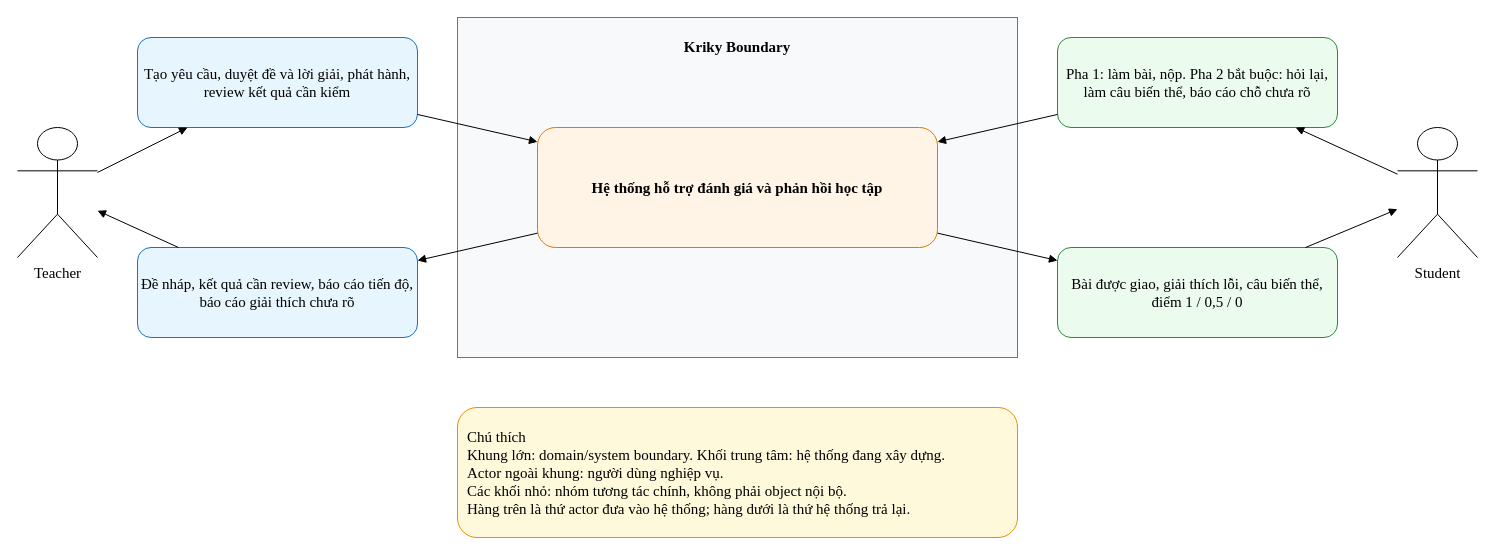
Earlier version of the draw.io diagram docs/diagrams/domain-context.drawio (biabeogo147/AI-Assessment-and-Feedback-Assistant). Source tidied: cells renumbered, new cells numbered last; positions are measured from the earlier drawing's top-left corner, leaving out a move shared by most shapes. Both pictures are drawn from the tidied source at 100%, with x=0, y=0 at pixel (17, 17).
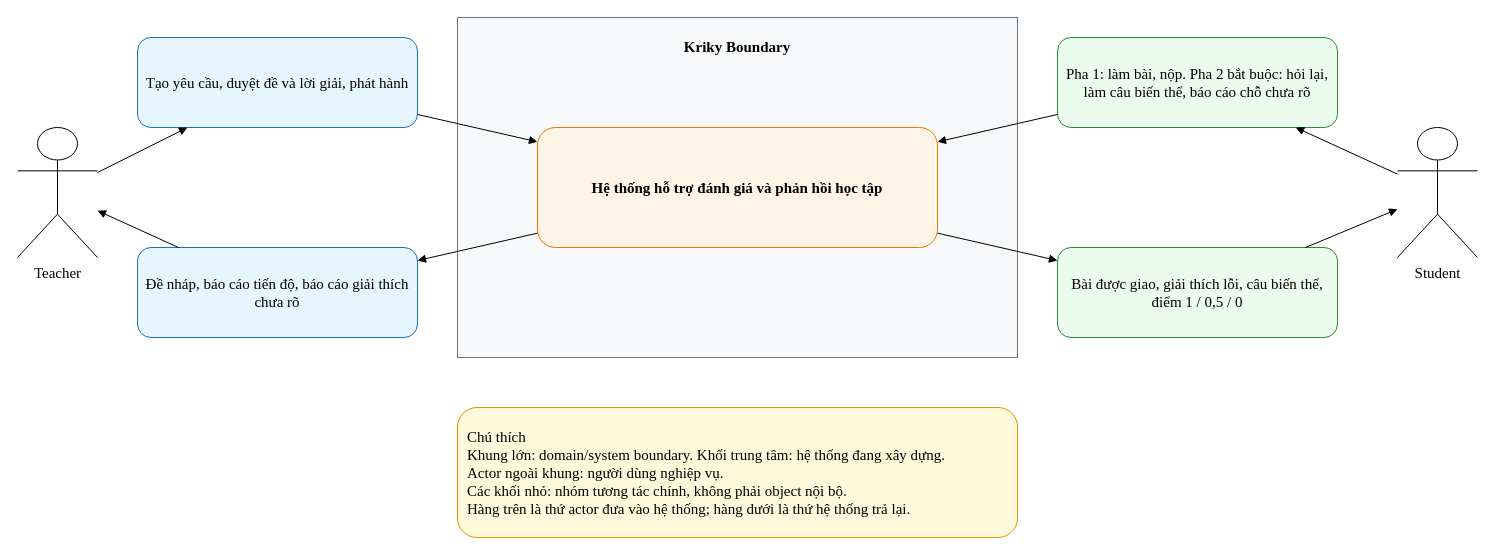
The same page after the edit.

What changed in the source:
```diff
@@
 <mxGraphModel>
   <root>
     <mxCell id="0" />
     <mxCell id="1" parent="0" />
     <mxCell id="2" value="Kriky Boundary" style="rounded=0;whiteSpace=wrap;html=1;fillColor=#f8f9fa;strokeColor=#6c757d;fontStyle=1;verticalAlign=top;spacingTop=14;fontFamily=Times New Roman;fontSize=15;" parent="1" vertex="1">
       <mxGeometry x="440" width="560" height="340" as="geometry" />
     </mxCell>
     <mxCell id="3" value="Hệ thống hỗ trợ đánh giá và phản hồi học tập" style="rounded=1;whiteSpace=wrap;html=1;fillColor=#fff4e6;strokeColor=#e67700;fontStyle=1;fontSize=15;fontFamily=Times New Roman;" parent="1" vertex="1">
       <mxGeometry x="520" y="110" width="400" height="120" as="geometry" />
     </mxCell>
     <mxCell id="4" value="Teacher" style="shape=umlActor;verticalLabelPosition=bottom;verticalAlign=top;html=1;outlineConnect=0;fontFamily=Times New Roman;fontSize=15;" parent="1" vertex="1">
       <mxGeometry y="110" width="80" height="130" as="geometry" />
     </mxCell>
     <mxCell id="5" value="Student" style="shape=umlActor;verticalLabelPosition=bottom;verticalAlign=top;html=1;outlineConnect=0;fontFamily=Times New Roman;fontSize=15;" parent="1" vertex="1">
       <mxGeometry x="1380" y="110" width="80" height="130" as="geometry" />
     </mxCell>
-    <mxCell id="6" value="Tạo yêu cầu, duyệt đề và lời giải, phát hành, review kết quả cần kiểm" style="rounded=1;whiteSpace=wrap;html=1;fillColor=#e7f5ff;strokeColor=#1971c2;fontFamily=Times New Roman;fontSize=15;" parent="1" vertex="1">
+    <mxCell id="6" value="Tạo yêu cầu, duyệt đề và lời giải, phát hành" style="rounded=1;whiteSpace=wrap;html=1;fillColor=#e7f5ff;strokeColor=#1971c2;fontFamily=Times New Roman;fontSize=15;" parent="1" vertex="1">
       <mxGeometry x="120" y="20" width="280" height="90" as="geometry" />
     </mxCell>
-    <mxCell id="7" value="Đề nháp, kết quả cần review, báo cáo tiến độ, báo cáo giải thích chưa rõ" style="rounded=1;whiteSpace=wrap;html=1;fillColor=#e7f5ff;strokeColor=#1971c2;fontFamily=Times New Roman;fontSize=15;" parent="1" vertex="1">
+    <mxCell id="7" value="Đề nháp, báo cáo tiến độ, báo cáo giải thích chưa rõ" style="rounded=1;whiteSpace=wrap;html=1;fillColor=#e7f5ff;strokeColor=#1971c2;fontFamily=Times New Roman;fontSize=15;" parent="1" vertex="1">
       <mxGeometry x="120" y="230" width="280" height="90" as="geometry" />
     </mxCell>
     <mxCell id="8" value="Pha 1: làm bài, nộp. Pha 2 bắt buộc: hỏi lại, làm câu biến thể, báo cáo chỗ chưa rõ" style="rounded=1;whiteSpace=wrap;html=1;fillColor=#ebfbee;strokeColor=#2b8a3e;fontFamily=Times New Roman;fontSize=15;" parent="1" vertex="1">
       <mxGeometry x="1040" y="20" width="280" height="90" as="geometry" />
     </mxCell>
     <mxCell id="9" value="Bài được giao, giải thích lỗi, câu biến thể, điểm 1 / 0,5 / 0" style="rounded=1;whiteSpace=wrap;html=1;fillColor=#ebfbee;strokeColor=#2b8a3e;fontFamily=Times New Roman;fontSize=15;" parent="1" vertex="1">
       <mxGeometry x="1040" y="230" width="280" height="90" as="geometry" />
     </mxCell>
     <mxCell id="10" value="Chú thích&#10;Khung lớn: domain/system boundary. Khối trung tâm: hệ thống đang xây dựng.&#10;Actor ngoài khung: người dùng nghiệp vụ.&#10;Các khối nhỏ: nhóm tương tác chính, không phải object nội bộ.&#10;Hàng trên là thứ actor đưa vào hệ thống; hàng dưới là thứ hệ thống trả lại." style="rounded=1;whiteSpace=wrap;html=1;fillColor=#fff9db;strokeColor=#f08c00;align=left;spacing=10;fontFamily=Times New Roman;fontSize=15;" parent="1" vertex="1">
       <mxGeometry x="440" y="390" width="560" height="130" as="geometry" />
     </mxCell>
     <mxCell id="11" style="endArrow=block;html=1;rounded=0;fontFamily=Times New Roman;fontSize=15;" parent="1" edge="1" source="4" target="6">
       <mxGeometry relative="1" as="geometry" />
     </mxCell>
     <mxCell id="12" style="endArrow=block;html=1;rounded=0;fontFamily=Times New Roman;fontSize=15;" parent="1" edge="1" source="6" target="3">
       <mxGeometry relative="1" as="geometry" />
     </mxCell>
     <mxCell id="13" style="endArrow=block;html=1;rounded=0;fontFamily=Times New Roman;fontSize=15;" parent="1" edge="1" source="3" target="7">
       <mxGeometry relative="1" as="geometry" />
     </mxCell>
     <mxCell id="14" style="endArrow=block;html=1;rounded=0;fontFamily=Times New Roman;fontSize=15;" parent="1" edge="1" source="7" target="4">
       <mxGeometry relative="1" as="geometry" />
     </mxCell>
     <mxCell id="15" style="endArrow=block;html=1;rounded=0;fontFamily=Times New Roman;fontSize=15;" parent="1" edge="1" source="5" target="8">
       <mxGeometry relative="1" as="geometry" />
     </mxCell>
     <mxCell id="16" style="endArrow=block;html=1;rounded=0;fontFamily=Times New Roman;fontSize=15;" parent="1" edge="1" source="8" target="3">
       <mxGeometry relative="1" as="geometry" />
     </mxCell>
     <mxCell id="17" style="endArrow=block;html=1;rounded=0;fontFamily=Times New Roman;fontSize=15;" parent="1" edge="1" source="3" target="9">
       <mxGeometry relative="1" as="geometry" />
     </mxCell>
     <mxCell id="18" style="endArrow=block;html=1;rounded=0;fontFamily=Times New Roman;fontSize=15;" parent="1" edge="1" source="9" target="5">
       <mxGeometry relative="1" as="geometry" />
     </mxCell>
   </root>
 </mxGraphModel>
```
